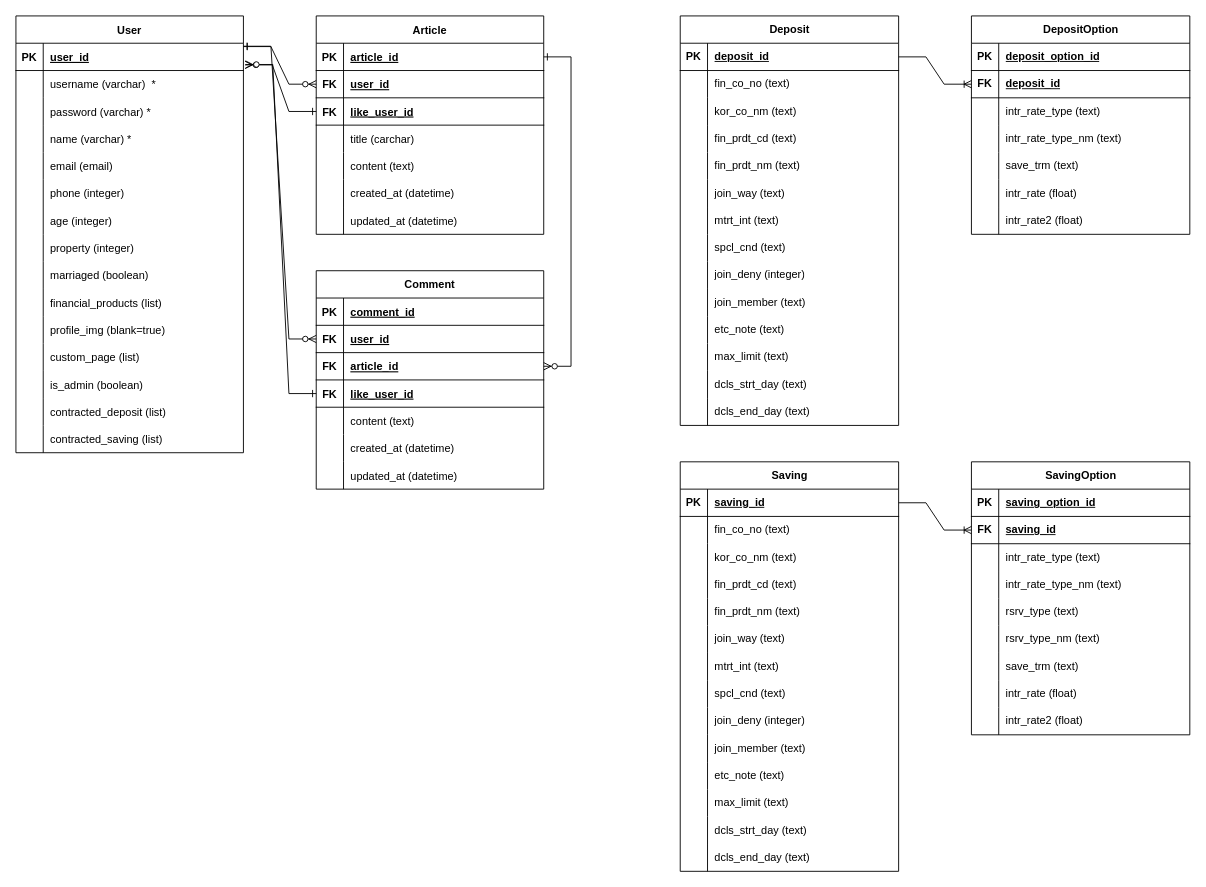
Before: ERD_update.drawio in Foxrain119/UMPA, a draw.io diagram. Source tidied: cells renumbered, new cells numbered last; positions are measured from the earlier drawing's top-left corner, leaving out a move shared by most shapes. Both pictures are drawn from the tidied source at 91%, with x=0, y=0 at pixel (15, 15).
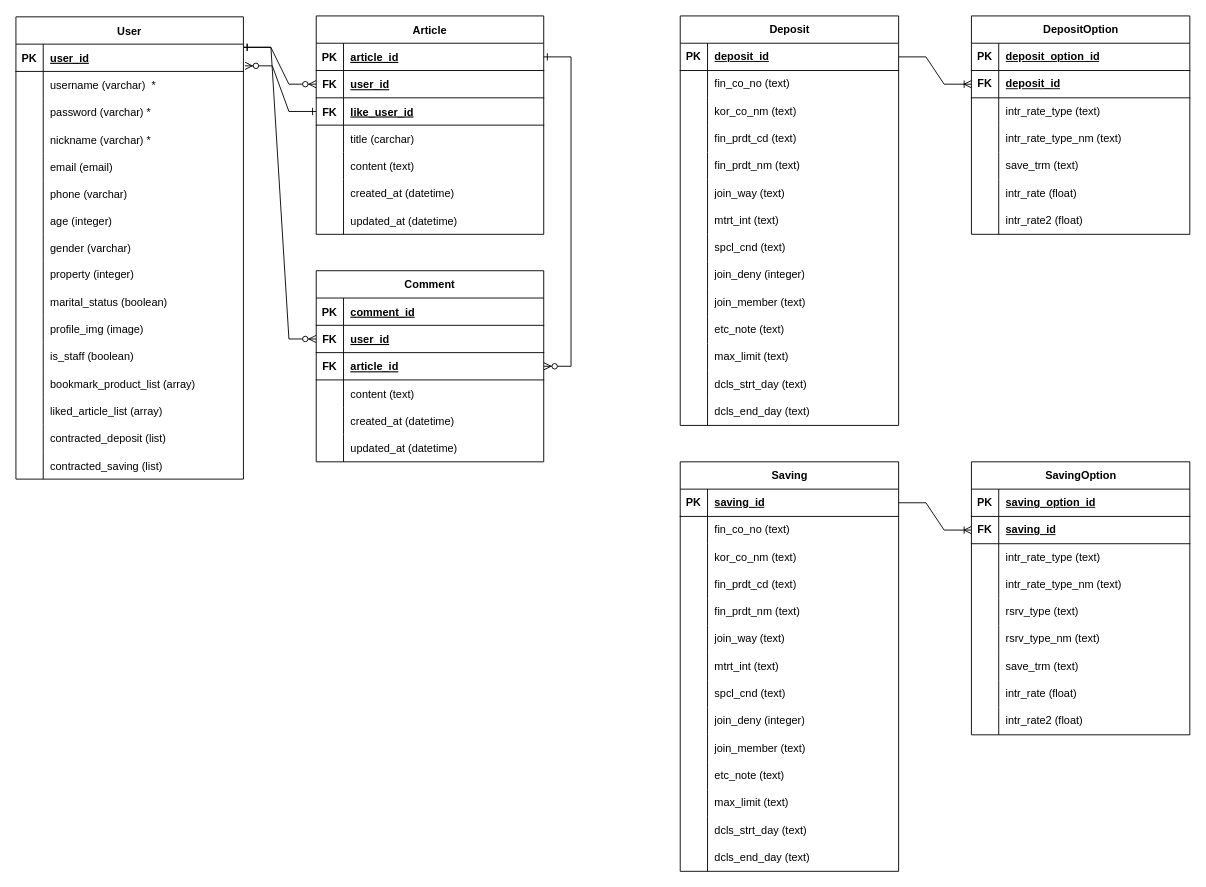
The same diagram, later.

The change refers to these unchanged cells:
```xml
<mxCell id="49" style="shape=partialRectangle;fillColor=none;points=[[0,0.5],[1,0.5]];portConstraint=eastwest;top=0;left=0;right=0;bottom=1;" parent="48" vertex="1">
  <mxGeometry y="30" width="250" height="30" as="geometry" />
</mxCell>
<mxCell id="58" style="shape=partialRectangle;fillColor=none;top=0;left=0;right=0;bottom=0;" parent="48" vertex="1">
  <mxGeometry y="120" width="250" height="30" as="geometry" />
</mxCell>
<mxCell id="64" style="shape=partialRectangle;fillColor=none;top=0;left=0;right=0;bottom=0;" parent="48" vertex="1">
  <mxGeometry y="180" width="250" height="30" as="geometry" />
</mxCell>
```

The edit, as a diff of the source:
```diff
@@
     <mxCell id="26" value="Comment" style="shape=table;startSize=30;childLayout=tableLayout;rowLines=0;fontStyle=1;align=center;" parent="1" vertex="1">
-      <mxGeometry x="330" y="280" width="250" height="240" as="geometry" />
+      <mxGeometry x="330" y="280" width="250" height="210" as="geometry" />
     </mxCell>
@@
-    <mxCell id="36" style="shape=partialRectangle;fillColor=none;points=[[0,0.5],[1,0.5]];portConstraint=eastwest;top=0;left=0;right=0;bottom=1;" parent="26" vertex="1">
-      <mxGeometry y="120" width="250" height="30" as="geometry" />
-    </mxCell>
-    <mxCell id="37" value="FK" style="shape=partialRectangle;overflow=hidden;fillColor=none;top=0;left=0;bottom=0;right=0;fontStyle=1;" parent="36" vertex="1">
-      <mxGeometry width="30" height="30" as="geometry" />
-    </mxCell>
-    <mxCell id="38" value="like_user_id" style="shape=partialRectangle;overflow=hidden;fillColor=none;top=0;left=0;bottom=0;right=0;align=left;spacingLeft=6;fontStyle=5;" parent="36" vertex="1">
-      <mxGeometry x="30" width="220" height="30" as="geometry" />
-    </mxCell>
     <mxCell id="39" style="shape=partialRectangle;fillColor=none;top=0;left=0;right=0;bottom=0;" parent="26" vertex="1">
-      <mxGeometry y="150" width="250" height="30" as="geometry" />
+      <mxGeometry y="120" width="250" height="30" as="geometry" />
     </mxCell>
@@
     <mxCell id="42" style="shape=partialRectangle;fillColor=none;top=0;left=0;right=0;bottom=0;" parent="26" vertex="1">
-      <mxGeometry y="180" width="250" height="30" as="geometry" />
+      <mxGeometry y="150" width="250" height="30" as="geometry" />
     </mxCell>
@@
     <mxCell id="45" style="shape=partialRectangle;fillColor=none;top=0;left=0;right=0;bottom=0;" parent="26" vertex="1">
-      <mxGeometry y="210" width="250" height="30" as="geometry" />
+      <mxGeometry y="180" width="250" height="30" as="geometry" />
     </mxCell>
@@
     <mxCell id="48" value="User" style="shape=table;startSize=30;childLayout=tableLayout;rowLines=0;fontStyle=1;align=center;" parent="1" vertex="1">
-      <mxGeometry width="250" height="480" as="geometry" />
+      <mxGeometry y="1" width="250" height="508" as="geometry" />
     </mxCell>
@@
-    <mxCell id="60" value="name (varchar) *" style="shape=partialRectangle;overflow=hidden;fillColor=none;top=0;left=0;bottom=0;right=0;align=left;spacingLeft=6;" parent="58" vertex="1">
+    <mxCell id="60" value="nickname (varchar) *" style="shape=partialRectangle;overflow=hidden;fillColor=none;top=0;left=0;bottom=0;right=0;align=left;spacingLeft=6;" parent="58" vertex="1">
       <mxGeometry x="30" width="220" height="30" as="geometry" />
     </mxCell>
@@
-    <mxCell id="66" value="phone (integer)" style="shape=partialRectangle;overflow=hidden;fillColor=none;top=0;left=0;bottom=0;right=0;align=left;spacingLeft=6;" parent="64" vertex="1">
+    <mxCell id="66" value="phone (varchar)" style="shape=partialRectangle;overflow=hidden;fillColor=none;top=0;left=0;bottom=0;right=0;align=left;spacingLeft=6;" parent="64" vertex="1">
       <mxGeometry x="30" width="220" height="30" as="geometry" />
     </mxCell>
     <mxCell id="67" style="shape=partialRectangle;fillColor=none;top=0;left=0;right=0;bottom=0;" parent="48" vertex="1">
-      <mxGeometry y="210" width="250" height="30" as="geometry" />
+      <mxGeometry y="210" width="250" height="29" as="geometry" />
     </mxCell>
     <mxCell id="68" style="shape=partialRectangle;overflow=hidden;fillColor=none;top=0;left=0;bottom=0;right=0;" parent="67" vertex="1">
-      <mxGeometry width="30" height="30" as="geometry" />
+      <mxGeometry width="30" height="29" as="geometry" />
     </mxCell>
     <mxCell id="69" value="age (integer)" style="shape=partialRectangle;overflow=hidden;fillColor=none;top=0;left=0;bottom=0;right=0;align=left;spacingLeft=6;" parent="67" vertex="1">
-      <mxGeometry x="30" width="220" height="30" as="geometry" />
+      <mxGeometry x="30" width="220" height="29" as="geometry" />
     </mxCell>
+    <mxCell id="235" style="shape=partialRectangle;fillColor=none;top=0;left=0;right=0;bottom=0;" parent="48" vertex="1">
+      <mxGeometry y="239" width="250" height="29" as="geometry" />
+    </mxCell>
+    <mxCell id="236" style="shape=partialRectangle;overflow=hidden;fillColor=none;top=0;left=0;bottom=0;right=0;" parent="235" vertex="1">
+      <mxGeometry width="30" height="29" as="geometry" />
+    </mxCell>
+    <mxCell id="237" value="gender (varchar)" style="shape=partialRectangle;overflow=hidden;fillColor=none;top=0;left=0;bottom=0;right=0;align=left;spacingLeft=6;" parent="235" vertex="1">
+      <mxGeometry x="30" width="220" height="29" as="geometry" />
+    </mxCell>
     <mxCell id="70" style="shape=partialRectangle;fillColor=none;top=0;left=0;right=0;bottom=0;" parent="48" vertex="1">
-      <mxGeometry y="240" width="250" height="30" as="geometry" />
+      <mxGeometry y="268" width="250" height="30" as="geometry" />
     </mxCell>
@@
     <mxCell id="73" style="shape=partialRectangle;fillColor=none;top=0;left=0;right=0;bottom=0;" parent="48" vertex="1">
-      <mxGeometry y="270" width="250" height="30" as="geometry" />
+      <mxGeometry y="298" width="250" height="30" as="geometry" />
     </mxCell>
@@
-    <mxCell id="75" value="marriaged (boolean)" style="shape=partialRectangle;overflow=hidden;fillColor=none;top=0;left=0;bottom=0;right=0;align=left;spacingLeft=6;" parent="73" vertex="1">
+    <mxCell id="75" value="marital_status (boolean)" style="shape=partialRectangle;overflow=hidden;fillColor=none;top=0;left=0;bottom=0;right=0;align=left;spacingLeft=6;" parent="73" vertex="1">
       <mxGeometry x="30" width="220" height="30" as="geometry" />
     </mxCell>
+    <mxCell id="79" style="shape=partialRectangle;fillColor=none;top=0;left=0;right=0;bottom=0;" parent="48" vertex="1">
+      <mxGeometry y="328" width="250" height="30" as="geometry" />
+    </mxCell>
+    <mxCell id="80" style="shape=partialRectangle;overflow=hidden;fillColor=none;top=0;left=0;bottom=0;right=0;" parent="79" vertex="1">
+      <mxGeometry width="30" height="30" as="geometry" />
+    </mxCell>
+    <mxCell id="81" value="profile_img (image)" style="shape=partialRectangle;overflow=hidden;fillColor=none;top=0;left=0;bottom=0;right=0;align=left;spacingLeft=6;" parent="79" vertex="1">
+      <mxGeometry x="30" width="220" height="30" as="geometry" />
+    </mxCell>
+    <mxCell id="85" style="shape=partialRectangle;fillColor=none;top=0;left=0;right=0;bottom=0;" parent="48" vertex="1">
+      <mxGeometry y="358" width="250" height="30" as="geometry" />
+    </mxCell>
+    <mxCell id="86" style="shape=partialRectangle;overflow=hidden;fillColor=none;top=0;left=0;bottom=0;right=0;" parent="85" vertex="1">
+      <mxGeometry width="30" height="30" as="geometry" />
+    </mxCell>
+    <mxCell id="87" value="is_staff (boolean)" style="shape=partialRectangle;overflow=hidden;fillColor=none;top=0;left=0;bottom=0;right=0;align=left;spacingLeft=6;" parent="85" vertex="1">
+      <mxGeometry x="30" width="220" height="30" as="geometry" />
+    </mxCell>
     <mxCell id="76" style="shape=partialRectangle;fillColor=none;top=0;left=0;right=0;bottom=0;" parent="48" vertex="1">
-      <mxGeometry y="300" width="250" height="30" as="geometry" />
+      <mxGeometry y="388" width="250" height="30" as="geometry" />
     </mxCell>
@@
-    <mxCell id="78" value="financial_products (list)" style="shape=partialRectangle;overflow=hidden;fillColor=none;top=0;left=0;bottom=0;right=0;align=left;spacingLeft=6;" parent="76" vertex="1">
+    <mxCell id="78" value="bookmark_product_list (array)" style="shape=partialRectangle;overflow=hidden;fillColor=none;top=0;left=0;bottom=0;right=0;align=left;spacingLeft=6;" parent="76" vertex="1">
       <mxGeometry x="30" width="220" height="30" as="geometry" />
     </mxCell>
-    <mxCell id="79" style="shape=partialRectangle;fillColor=none;top=0;left=0;right=0;bottom=0;" parent="48" vertex="1">
-      <mxGeometry y="330" width="250" height="30" as="geometry" />
-    </mxCell>
-    <mxCell id="80" style="shape=partialRectangle;overflow=hidden;fillColor=none;top=0;left=0;bottom=0;right=0;" parent="79" vertex="1">
-      <mxGeometry width="30" height="30" as="geometry" />
-    </mxCell>
-    <mxCell id="81" value="profile_img (blank=true)" style="shape=partialRectangle;overflow=hidden;fillColor=none;top=0;left=0;bottom=0;right=0;align=left;spacingLeft=6;" parent="79" vertex="1">
-      <mxGeometry x="30" width="220" height="30" as="geometry" />
-    </mxCell>
-    <mxCell id="82" style="shape=partialRectangle;fillColor=none;top=0;left=0;right=0;bottom=0;" parent="48" vertex="1">
-      <mxGeometry y="360" width="250" height="30" as="geometry" />
-    </mxCell>
+    <mxCell id="238" style="shape=partialRectangle;fillColor=none;top=0;left=0;right=0;bottom=0;" parent="48" vertex="1">
+      <mxGeometry y="418" width="250" height="30" as="geometry" />
+    </mxCell>
-    <mxCell id="83" style="shape=partialRectangle;overflow=hidden;fillColor=none;top=0;left=0;bottom=0;right=0;" parent="82" vertex="1">
+    <mxCell id="83" style="shape=partialRectangle;overflow=hidden;fillColor=none;top=0;left=0;bottom=0;right=0;" parent="238" vertex="1">
       <mxGeometry width="30" height="30" as="geometry" />
     </mxCell>
-    <mxCell id="84" value="custom_page (list)" style="shape=partialRectangle;overflow=hidden;fillColor=none;top=0;left=0;bottom=0;right=0;align=left;spacingLeft=6;" parent="82" vertex="1">
-      <mxGeometry x="30" width="220" height="30" as="geometry" />
-    </mxCell>
-    <mxCell id="85" style="shape=partialRectangle;fillColor=none;top=0;left=0;right=0;bottom=0;" parent="48" vertex="1">
-      <mxGeometry y="390" width="250" height="30" as="geometry" />
-    </mxCell>
-    <mxCell id="86" style="shape=partialRectangle;overflow=hidden;fillColor=none;top=0;left=0;bottom=0;right=0;" parent="85" vertex="1">
-      <mxGeometry width="30" height="30" as="geometry" />
-    </mxCell>
-    <mxCell id="87" value="is_admin (boolean)" style="shape=partialRectangle;overflow=hidden;fillColor=none;top=0;left=0;bottom=0;right=0;align=left;spacingLeft=6;" parent="85" vertex="1">
-      <mxGeometry x="30" width="220" height="30" as="geometry" />
-    </mxCell>
+    <mxCell id="239" value="liked_article_list (array)" style="shape=partialRectangle;overflow=hidden;fillColor=none;top=0;left=0;bottom=0;right=0;align=left;spacingLeft=6;" parent="238" vertex="1">
+      <mxGeometry x="30" width="220" height="30" as="geometry" />
+    </mxCell>
     <mxCell id="88" style="shape=partialRectangle;fillColor=none;top=0;left=0;right=0;bottom=0;" parent="48" vertex="1">
-      <mxGeometry y="420" width="250" height="30" as="geometry" />
+      <mxGeometry y="448" width="250" height="30" as="geometry" />
     </mxCell>
@@
     <mxCell id="91" style="shape=partialRectangle;fillColor=none;top=0;left=0;right=0;bottom=0;" parent="48" vertex="1">
-      <mxGeometry y="450" width="250" height="30" as="geometry" />
+      <mxGeometry y="478" width="250" height="30" as="geometry" />
     </mxCell>
@@
-    <mxCell id="234" style="edgeStyle=entityRelationEdgeStyle;endArrow=ERzeroToMany;startArrow=ERone;endFill=1;startFill=0;rounded=0;curved=0;exitX=0;exitY=0.5;exitDx=0;exitDy=0;entryX=1.009;entryY=0.779;entryDx=0;entryDy=0;entryPerimeter=0;" parent="1" edge="1" source="36" target="49">
-      <mxGeometry relative="1" as="geometry" />
-    </mxCell>
```
